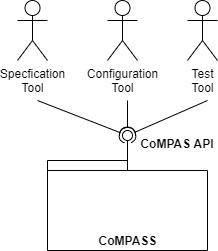
com-pas/compas-architecture keeps this draw.io diagram as functional-diagrams/context.png. Above is the earlier version. Source tidied: cells renumbered, new cells last; positions are measured from the earlier drawing's top-left corner, leaving out a move shared by most shapes. Its diagram source:
```xml
<mxGraphModel>
  <root>
    <mxCell id="0" />
    <mxCell id="1" parent="0" />
    <mxCell id="2" value="CoMPASS" style="shape=folder;fontStyle=1;spacingTop=10;tabWidth=80;tabHeight=10;tabPosition=left;html=1;verticalAlign=bottom;" parent="1" vertex="1">
      <mxGeometry x="30" y="160" width="160" height="90" as="geometry" />
    </mxCell>
    <mxCell id="3" value="Specfication&lt;br&gt;Tool" style="shape=umlActor;verticalLabelPosition=bottom;verticalAlign=top;html=1;" parent="1" vertex="1">
      <mxGeometry width="30" height="60" as="geometry" />
    </mxCell>
    <mxCell id="4" value="Configuration&lt;br&gt;Tool" style="shape=umlActor;verticalLabelPosition=bottom;verticalAlign=top;html=1;" parent="1" vertex="1">
      <mxGeometry x="90" width="30" height="60" as="geometry" />
    </mxCell>
    <mxCell id="5" value="Test&lt;br&gt;Tool" style="shape=umlActor;verticalLabelPosition=bottom;verticalAlign=top;html=1;" parent="1" vertex="1">
      <mxGeometry x="170" width="30" height="60" as="geometry" />
    </mxCell>
    <mxCell id="6" style="rounded=0;jettySize=auto;html=1;endArrow=none;endFill=0;exitX=0;exitY=0;exitDx=80;exitDy=10;exitPerimeter=0;" parent="1" edge="1" source="2" target="8">
      <mxGeometry relative="1" as="geometry" />
    </mxCell>
    <mxCell id="7" style="rounded=0;jettySize=auto;html=1;endArrow=halfCircle;endFill=0;entryX=0.5;entryY=0.5;entryDx=0;entryDy=0;endSize=6;strokeWidth=1;" parent="1" edge="1" target="8">
      <mxGeometry relative="1" as="geometry">
        <mxPoint x="20" y="100" as="sourcePoint" />
      </mxGeometry>
    </mxCell>
    <mxCell id="8" style="ellipse;whiteSpace=wrap;html=1;fontFamily=Helvetica;fontSize=12;fontColor=#000000;align=center;strokeColor=#000000;fillColor=#ffffff;points=[];" parent="1" vertex="1">
      <mxGeometry x="105" y="130" width="10" height="10" as="geometry" />
    </mxCell>
    <mxCell id="9" style="rounded=0;orthogonalLoop=1;jettySize=auto;html=1;endArrow=halfCircle;endFill=0;entryX=0.5;entryY=0.5;entryDx=0;entryDy=0;endSize=6;strokeWidth=1;" parent="1" edge="1">
      <mxGeometry relative="1" as="geometry">
        <mxPoint x="110" y="100" as="sourcePoint" />
        <mxPoint x="110" y="135" as="targetPoint" />
      </mxGeometry>
    </mxCell>
    <mxCell id="10" style="rounded=0;orthogonalLoop=1;jettySize=auto;html=1;endArrow=halfCircle;endFill=0;entryX=0.5;entryY=0.5;entryDx=0;entryDy=0;endSize=6;strokeWidth=1;" parent="1" edge="1">
      <mxGeometry relative="1" as="geometry">
        <mxPoint x="190" y="100" as="sourcePoint" />
        <mxPoint x="110" y="135" as="targetPoint" />
      </mxGeometry>
    </mxCell>
    <mxCell id="11" value="CoMPAS API" style="text;align=center;fontStyle=1;verticalAlign=middle;spacingLeft=3;spacingRight=3;strokeColor=none;" parent="1" vertex="1">
      <mxGeometry x="120" y="130" width="80" height="26" as="geometry" />
    </mxCell>
  </root>
</mxGraphModel>
```
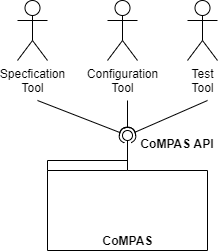
After the change.

The edit, as a diff of the source:
```diff
@@ -2,7 +2,7 @@
   <root>
     <mxCell id="0" />
     <mxCell id="1" parent="0" />
-    <mxCell id="2" value="CoMPASS" style="shape=folder;fontStyle=1;spacingTop=10;tabWidth=80;tabHeight=10;tabPosition=left;html=1;verticalAlign=bottom;" parent="1" vertex="1">
+    <mxCell id="2" value="CoMPAS" style="shape=folder;fontStyle=1;spacingTop=10;tabWidth=80;tabHeight=10;tabPosition=left;html=1;verticalAlign=bottom;" parent="1" vertex="1">
       <mxGeometry x="30" y="160" width="160" height="90" as="geometry" />
     </mxCell>
     <mxCell id="3" value="Specfication&lt;br&gt;Tool" style="shape=umlActor;verticalLabelPosition=bottom;verticalAlign=top;html=1;" parent="1" vertex="1">
```
